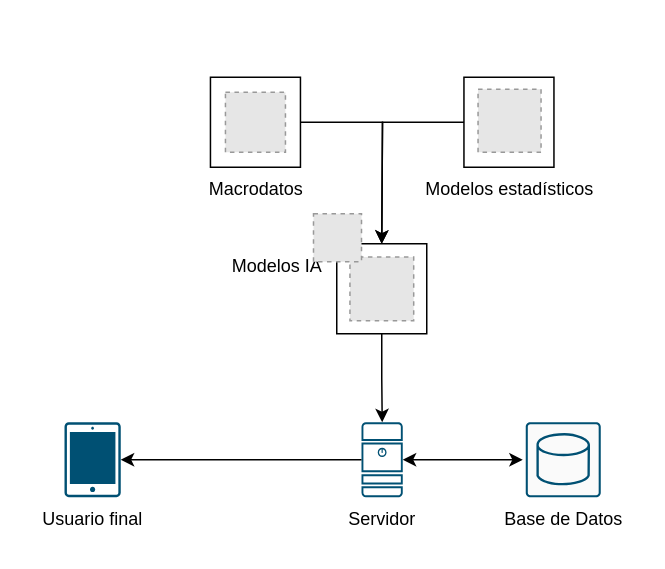
The draw.io diagram hackatonNASA.drawio in lugonzalg/Diagramas_42, before the edit. Source tidied: cells renumbered, new cells numbered last; positions are measured from the earlier drawing's top-left corner, leaving out a move shared by most shapes. Both pictures are drawn from the tidied source at 150%, with x=0, y=0 at pixel (24, 76). Pictures stored in the file or linked from it are replaced by grey dashed boxes.
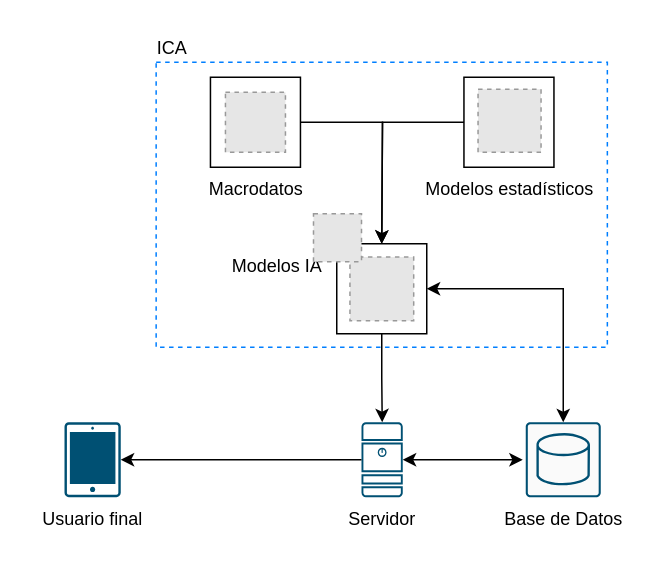
The same diagram, later.

Unchanged cells that the change refers to:
```xml
<mxCell id="5" style="sketch=0;points=[[0.015,0.015,0],[0.985,0.015,0],[0.985,0.985,0],[0.015,0.985,0],[0.25,0,0],[0.5,0,0],[0.75,0,0],[1,0.25,0],[1,0.5,0],[1,0.75,0],[0.75,1,0],[0.5,1,0],[0.25,1,0],[0,0.75,0],[0,0.5,0],[0,0.25,0]];verticalLabelPosition=bottom;html=1;verticalAlign=top;align=center;shape=mxgraph.cisco19.rect;prIcon=database_relational;fillColor=#FAFAFA;strokeColor=#005073;" parent="1" vertex="1">
  <mxGeometry x="334" y="230" width="50" height="50" as="geometry" />
</mxCell>
<mxCell id="18" style="rounded=0;whiteSpace=wrap;html=1;fillColor=none;" parent="1" vertex="1">
  <mxGeometry x="208" y="111" width="60" height="60" as="geometry" />
</mxCell>
```

Diff of the diagram source:
```diff
@@
+    <mxCell id="23" style="edgeStyle=orthogonalEdgeStyle;rounded=0;jettySize=auto;html=1;entryX=0.5;entryY=0;entryDx=0;entryDy=0;entryPerimeter=0;startArrow=classic;startFill=1;" parent="1" edge="1" source="18" target="5">
+      <mxGeometry relative="1" as="geometry" />
+    </mxCell>
+    <mxCell id="24" style="rounded=0;whiteSpace=wrap;html=1;dashed=1;fillColor=none;strokeColor=#007FFF;" parent="1" vertex="1">
+      <mxGeometry x="87.6" y="-10" width="300.8" height="190" as="geometry" />
+    </mxCell>
+    <mxCell id="25" value="ICA" style="text;html=1;align=center;verticalAlign=middle;strokeColor=none;fillColor=none;" parent="1" vertex="1">
+      <mxGeometry x="77.8" y="-34" width="40" height="30" as="geometry" />
+    </mxCell>
```
